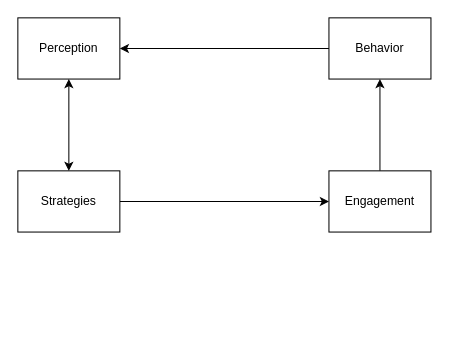
alejandroatacho/diagrams.net keeps this draw.io diagram as Thesis.drawio. Above is the earlier version. Source tidied: cells renumbered, new cells numbered last; positions are measured from the earlier drawing's top-left corner, leaving out a move shared by most shapes. Both pictures are drawn from the tidied source at 102%, with x=0, y=0 at pixel (17, 17).
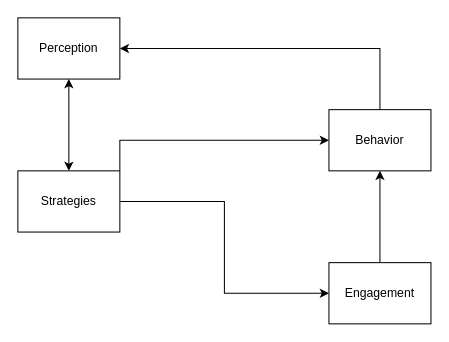
The same page after the edit.

Change to the diagram source:
```diff
@@
 <mxGraphModel>
   <root>
     <mxCell id="0" />
     <mxCell id="1" parent="0" />
     <mxCell id="2" value="Perception" style="rounded=0;whiteSpace=wrap;html=1;" parent="1" vertex="1">
       <mxGeometry width="100" height="60" as="geometry" />
     </mxCell>
-    <mxCell id="3" style="edgeStyle=orthogonalEdgeStyle;rounded=0;jettySize=auto;html=1;entryX=1;entryY=0.5;entryDx=0;entryDy=0;" parent="1" edge="1" source="4" target="2">
+    <mxCell id="3" style="edgeStyle=orthogonalEdgeStyle;rounded=0;jettySize=auto;html=1;entryX=1;entryY=0.5;entryDx=0;entryDy=0;exitX=0.5;exitY=0;exitDx=0;exitDy=0;" parent="1" edge="1" source="4" target="2">
       <mxGeometry relative="1" as="geometry" />
     </mxCell>
     <mxCell id="4" value="Behavior" style="rounded=0;whiteSpace=wrap;html=1;" parent="1" vertex="1">
-      <mxGeometry x="305" width="100" height="60" as="geometry" />
+      <mxGeometry x="305" y="90" width="100" height="60" as="geometry" />
     </mxCell>
     <mxCell id="5" style="edgeStyle=orthogonalEdgeStyle;rounded=0;jettySize=auto;html=1;entryX=0;entryY=0.5;entryDx=0;entryDy=0;" parent="1" edge="1" source="6" target="8">
       <mxGeometry relative="1" as="geometry" />
     </mxCell>
     <mxCell id="6" value="Strategies" style="rounded=0;whiteSpace=wrap;html=1;" parent="1" vertex="1">
       <mxGeometry y="150" width="100" height="60" as="geometry" />
     </mxCell>
     <mxCell id="7" style="edgeStyle=orthogonalEdgeStyle;rounded=0;jettySize=auto;html=1;entryX=0.5;entryY=1;entryDx=0;entryDy=0;" parent="1" edge="1" source="8" target="4">
       <mxGeometry relative="1" as="geometry" />
     </mxCell>
     <mxCell id="8" value="Engagement" style="rounded=0;whiteSpace=wrap;html=1;" parent="1" vertex="1">
-      <mxGeometry x="305" y="150" width="100" height="60" as="geometry" />
+      <mxGeometry x="305" y="240" width="100" height="60" as="geometry" />
     </mxCell>
     <mxCell id="9" style="endArrow=classic;startArrow=classic;html=1;rounded=0;entryX=0.5;entryY=1;entryDx=0;entryDy=0;exitX=0.5;exitY=0;exitDx=0;exitDy=0;" parent="1" edge="1" source="6" target="2">
       <mxGeometry relative="1" as="geometry" />
     </mxCell>
+    <mxCell id="10" style="endArrow=classic;html=1;rounded=0;entryX=0;entryY=0.5;entryDx=0;entryDy=0;exitX=1;exitY=0;exitDx=0;exitDy=0;" parent="1" edge="1" source="6" target="4">
+      <mxGeometry relative="1" as="geometry">
+        <Array as="points">
+          <mxPoint x="100" y="120" />
+        </Array>
+      </mxGeometry>
+    </mxCell>
   </root>
 </mxGraphModel>
```
